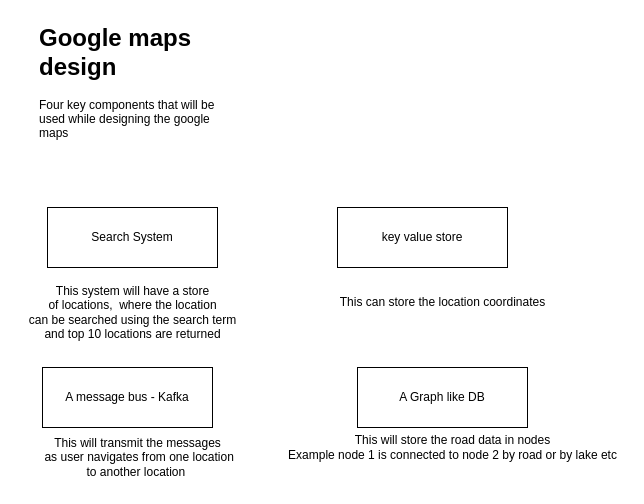
This is GoogleMaps HLD.drawio from anshul1790/system-design-playground, a draw.io file, before an edit. Source tidied: cells renumbered, new cells numbered last; positions are measured from the earlier drawing's top-left corner, leaving out a move shared by most shapes. Both pictures are drawn from the tidied source at 100%, with x=0, y=0 at pixel (17, 17).
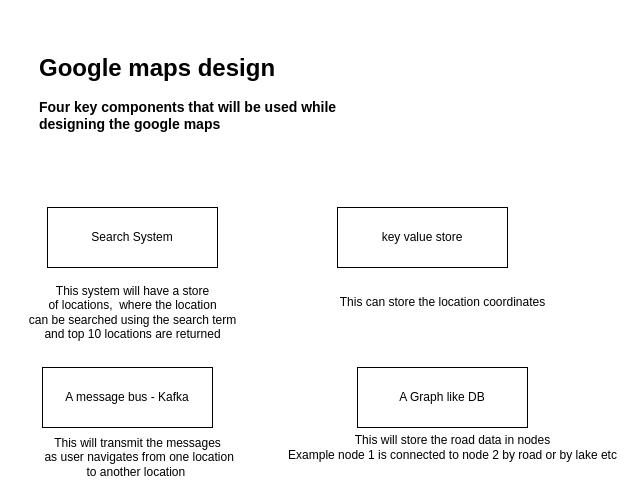
The same diagram, later.

What changed in the source:
```diff
@@
 <mxGraphModel>
   <root>
     <mxCell id="0" />
     <mxCell id="1" parent="0" />
-    <mxCell id="2" value="&lt;h1 style=&quot;margin-top: 0px;&quot;&gt;Google maps design&lt;/h1&gt;&lt;p&gt;Four key components that will be used while designing the google maps&lt;/p&gt;" style="text;html=1;whiteSpace=wrap;overflow=hidden;rounded=0;" parent="1" vertex="1">
-      <mxGeometry x="20" width="180" height="140" as="geometry" />
+    <mxCell id="2" value="&lt;h1 style=&quot;margin-top: 0px;&quot;&gt;Google maps design&lt;/h1&gt;&lt;p&gt;&lt;b&gt;&lt;font style=&quot;font-size: 14px;&quot;&gt;Four key components that will be used while designing the google maps&lt;/font&gt;&lt;/b&gt;&lt;/p&gt;" style="text;html=1;whiteSpace=wrap;overflow=hidden;rounded=0;" parent="1" vertex="1">
+      <mxGeometry x="20" y="30" width="310" height="100" as="geometry" />
     </mxCell>
     <mxCell id="3" value="Search System" style="rounded=0;whiteSpace=wrap;html=1;" parent="1" vertex="1">
       <mxGeometry x="30" y="190" width="170" height="60" as="geometry" />
     </mxCell>
     <mxCell id="4" value="This system will have a store&lt;div&gt;of locations,&amp;nbsp;&amp;nbsp;&lt;span style=&quot;background-color: initial;&quot;&gt;where the location&lt;/span&gt;&lt;/div&gt;&lt;div&gt;&lt;span style=&quot;background-color: initial;&quot;&gt;can be searched&amp;nbsp;&lt;/span&gt;&lt;span style=&quot;background-color: initial;&quot;&gt;using the search term&lt;/span&gt;&lt;/div&gt;&lt;div&gt;&lt;span style=&quot;background-color: initial;&quot;&gt;and top 10 locations are returned&lt;/span&gt;&lt;/div&gt;" style="text;html=1;align=center;verticalAlign=middle;strokeColor=none;fillColor=none;" parent="1" vertex="1">
       <mxGeometry y="260" width="230" height="70" as="geometry" />
     </mxCell>
     <mxCell id="5" value="key value store" style="rounded=0;whiteSpace=wrap;html=1;" parent="1" vertex="1">
       <mxGeometry x="320" y="190" width="170" height="60" as="geometry" />
     </mxCell>
     <mxCell id="6" value="This can store the location&amp;nbsp;&lt;span style=&quot;background-color: initial;&quot;&gt;coordinates&lt;/span&gt;" style="text;html=1;align=center;verticalAlign=middle;strokeColor=none;fillColor=none;" parent="1" vertex="1">
       <mxGeometry x="310" y="270" width="230" height="30" as="geometry" />
     </mxCell>
     <mxCell id="7" value="A message bus - Kafka" style="rounded=0;whiteSpace=wrap;html=1;" parent="1" vertex="1">
       <mxGeometry x="25" y="350" width="170" height="60" as="geometry" />
     </mxCell>
     <mxCell id="8" value="This will transmit the messages&lt;div&gt;&amp;nbsp;as user navigates from one location&lt;/div&gt;&lt;div&gt;to another location&amp;nbsp;&lt;/div&gt;" style="text;html=1;align=center;verticalAlign=middle;strokeColor=none;fillColor=none;" parent="1" vertex="1">
       <mxGeometry x="10" y="410" width="220" height="60" as="geometry" />
     </mxCell>
     <mxCell id="9" value="A Graph like DB" style="rounded=0;whiteSpace=wrap;html=1;" parent="1" vertex="1">
       <mxGeometry x="340" y="350" width="170" height="60" as="geometry" />
     </mxCell>
     <mxCell id="10" value="This will store the road data in nodes&lt;div&gt;Example node 1 is connected to node 2 by road or by lake etc&lt;/div&gt;" style="text;html=1;align=center;verticalAlign=middle;strokeColor=none;fillColor=none;" parent="1" vertex="1">
       <mxGeometry x="260" y="410" width="350" height="40" as="geometry" />
     </mxCell>
   </root>
 </mxGraphModel>
```
